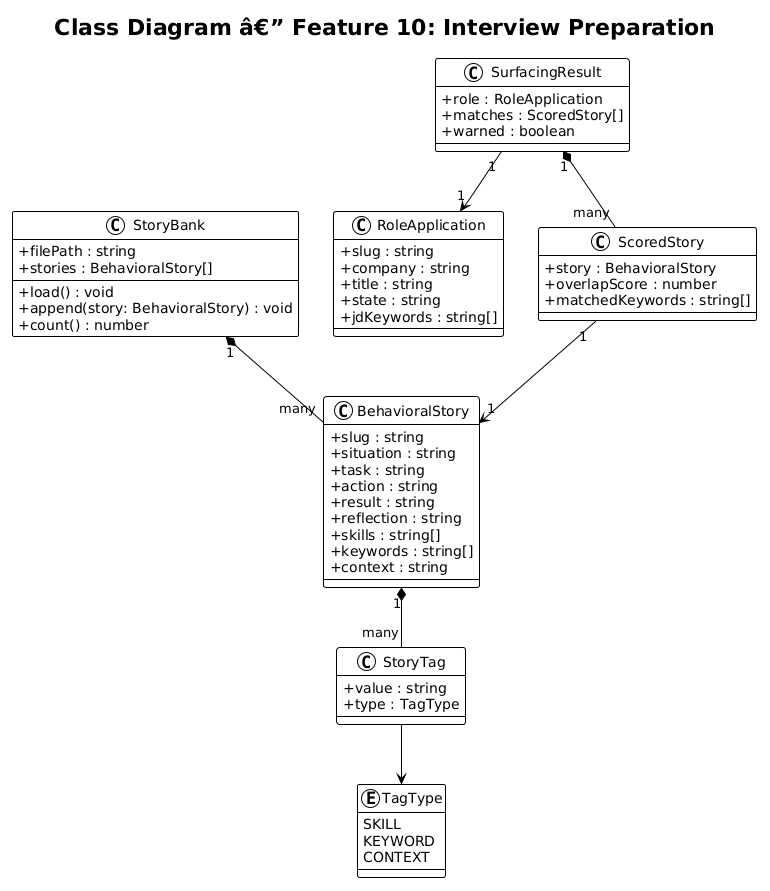
Earlier version of the PlantUML export docs/detailed-designs/10-interview-preparation/diagrams/class_diagram.png (QuinntyneBrown/Orbit).
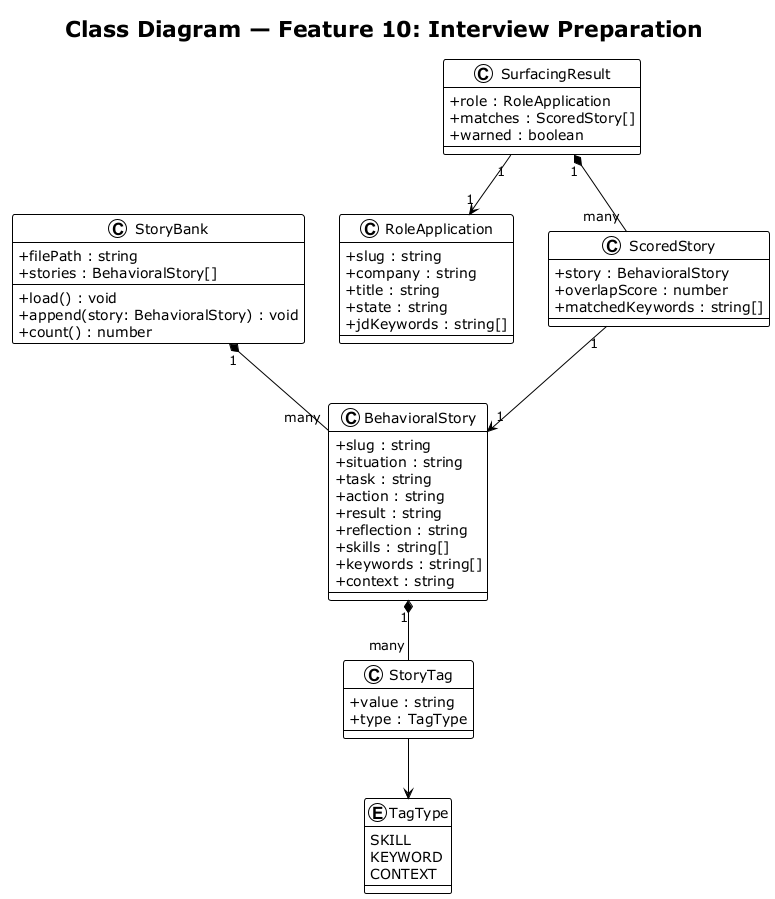
After the commit.

What changed in the source:
```diff
@@ -1,8 +1,8 @@
-@startuml
+@startuml class_diagram
 !theme plain
 skinparam classAttributeIconSize 0
 
-title Class Diagram â€” Feature 10: Interview Preparation
+title Class Diagram — Feature 10: Interview Preparation
 
 class StoryBank {
     + filePath : string
@@ -61,4 +61,5 @@
 SurfacingResult "1" --> "1" RoleApplication
 SurfacingResult "1" *-- "many" ScoredStory
 ScoredStory "1" --> "1" BehavioralStory
+
 @enduml
```
